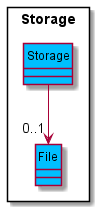
Earlier version of the PlantUML export docs/images/StorageDiagram.png (nus-cs2113-AY2122S1/tp).
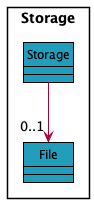
After the change.

What changed in the source:
```diff
@@ -1,11 +1,15 @@
 @startuml
+!include style.puml
 
 hide circle
-skinparam classAttributeIconSize 0
+skinparam class {
+              BorderThickness 1
+              BorderColor #Black
+          }
 
 Package "Storage"<<RECTANGLE>> {
-    class "Storage" #DeepSkyBlue
-    class "File" #DeepSkyBlue
+    class "Storage" #219EBC
+    class "File" #219EBC
 }
 
 Storage -->"0..1" "File"
```
